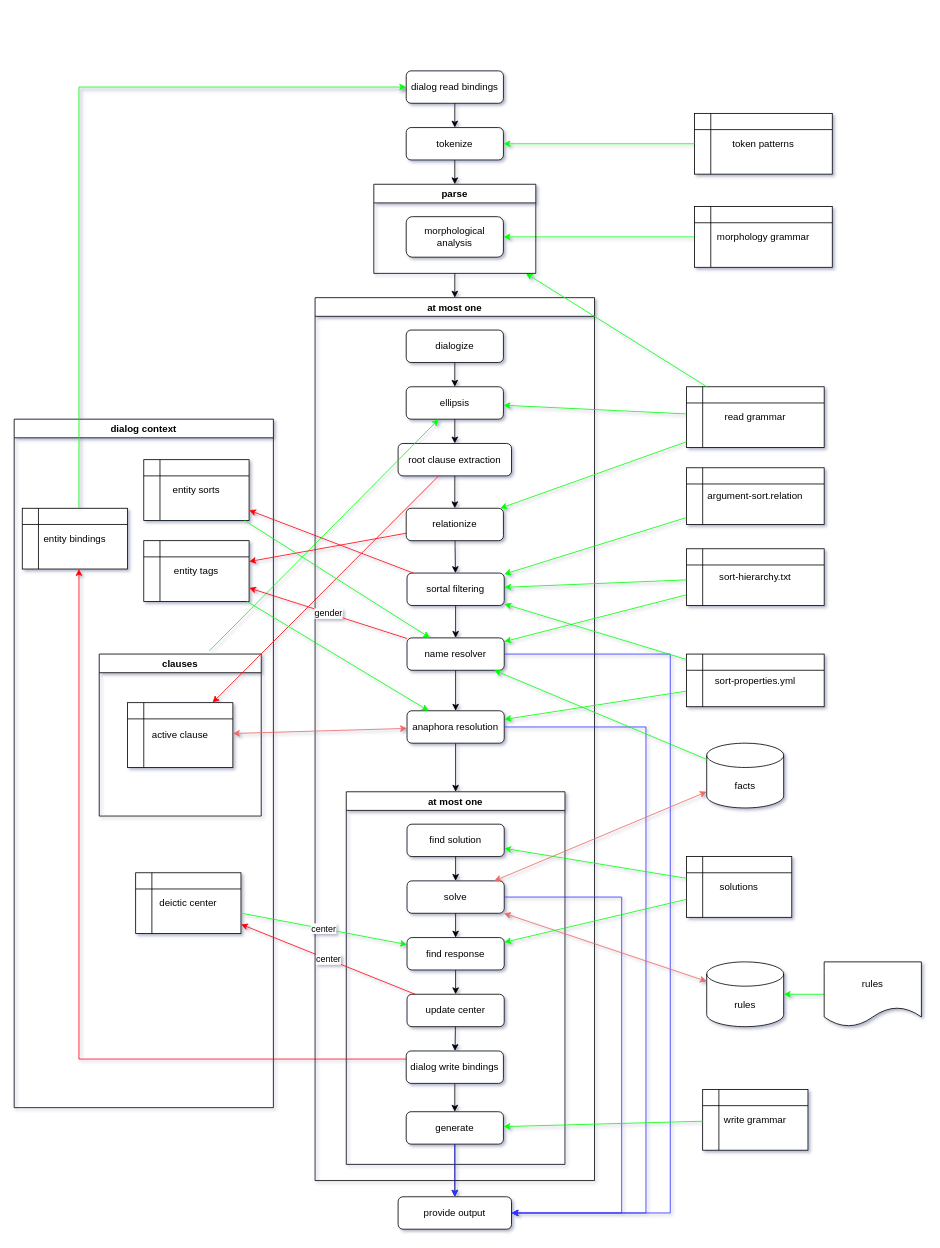
Before: doc/diagram/system1.drawio in garfix/nli-go, a draw.io diagram. Source tidied: cells renumbered, new cells numbered last; positions are measured from the earlier drawing's top-left corner, leaving out a move shared by most shapes. Both pictures are drawn from the tidied source at 81%, with x=0, y=0 at pixel (14, 70).
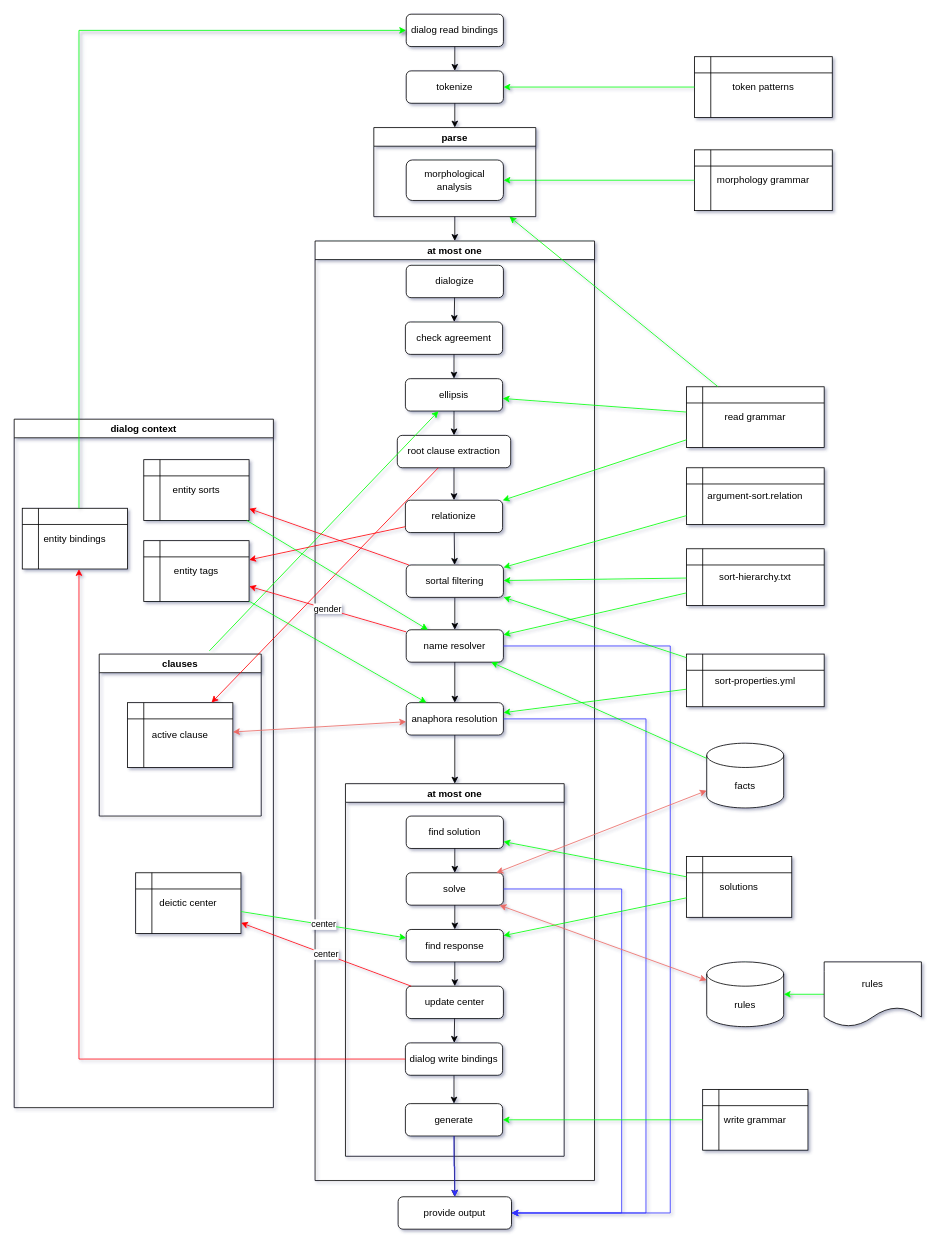
Above is the later version.

Commit message (it also covers changes not shown here):
added check agreement

The change refers to these unchanged cells:
```xml
<mxCell id="44" value="entity bindings" style="shape=internalStorage;whiteSpace=wrap;html=1;backgroundOutline=1;" parent="43" vertex="1">
  <mxGeometry x="10" y="110" width="130" height="75" as="geometry" />
</mxCell>
```

The edit, as a diff of the source:
```diff
@@
     <mxCell id="2" value="tokenize" style="rounded=1;whiteSpace=wrap;html=1;fontSize=12;glass=0;strokeWidth=1;shadow=0;" parent="1" vertex="1">
-      <mxGeometry x="484" y="70" width="120" height="40" as="geometry" />
+      <mxGeometry x="484" width="120" height="40" as="geometry" />
     </mxCell>
@@
     <mxCell id="4" value="at most one" style="swimlane;" parent="1" vertex="1">
-      <mxGeometry x="371.5" y="280" width="345" height="1090" as="geometry" />
+      <mxGeometry x="371.5" y="210" width="345" height="1160" as="geometry" />
     </mxCell>
-    <mxCell id="5" value="dialogize" style="rounded=1;whiteSpace=wrap;html=1;fontSize=12;glass=0;strokeWidth=1;shadow=0;" parent="4" vertex="1">
-      <mxGeometry x="112.5" y="40" width="120" height="40" as="geometry" />
+    <mxCell id="5" value="check agreement" style="rounded=1;whiteSpace=wrap;html=1;fontSize=12;glass=0;strokeWidth=1;shadow=0;" parent="4" vertex="1">
+      <mxGeometry x="111.5" y="100" width="120" height="40" as="geometry" />
     </mxCell>
     <mxCell id="6" value="ellipsis" style="rounded=1;whiteSpace=wrap;html=1;fontSize=12;glass=0;strokeWidth=1;shadow=0;" parent="4" vertex="1">
-      <mxGeometry x="112.5" y="110" width="120" height="40" as="geometry" />
+      <mxGeometry x="111.5" y="170" width="120" height="40" as="geometry" />
     </mxCell>
     <mxCell id="7" value="root clause extraction" style="rounded=1;whiteSpace=wrap;html=1;fontSize=12;glass=0;strokeWidth=1;shadow=0;" parent="4" vertex="1">
-      <mxGeometry x="102.5" y="180" width="140" height="40" as="geometry" />
+      <mxGeometry x="101.5" y="240" width="140" height="40" as="geometry" />
     </mxCell>
@@
     <mxCell id="10" value="at most one" style="swimlane;" parent="4" vertex="1">
-      <mxGeometry x="38.5" y="610" width="270" height="460" as="geometry" />
+      <mxGeometry x="37.5" y="670" width="270" height="460" as="geometry" />
     </mxCell>
@@
     <mxCell id="23" value="anaphora resolution" style="rounded=1;whiteSpace=wrap;html=1;" parent="4" vertex="1">
-      <mxGeometry x="113.5" y="510" width="120" height="40" as="geometry" />
+      <mxGeometry x="112.5" y="570" width="120" height="40" as="geometry" />
     </mxCell>
     <mxCell id="24" value="relationize" style="rounded=1;whiteSpace=wrap;html=1;" parent="4" vertex="1">
-      <mxGeometry x="112.5" y="260" width="120" height="40" as="geometry" />
+      <mxGeometry x="111.5" y="320" width="120" height="40" as="geometry" />
     </mxCell>
@@
     <mxCell id="26" value="name resolver" style="rounded=1;whiteSpace=wrap;html=1;" parent="4" vertex="1">
-      <mxGeometry x="113.5" y="420" width="120" height="40" as="geometry" />
+      <mxGeometry x="112.5" y="480" width="120" height="40" as="geometry" />
     </mxCell>
@@
     <mxCell id="29" value="sortal filtering" style="rounded=1;whiteSpace=wrap;html=1;" parent="4" vertex="1">
-      <mxGeometry x="113.5" y="340" width="120" height="40" as="geometry" />
+      <mxGeometry x="112.5" y="400" width="120" height="40" as="geometry" />
     </mxCell>
@@
+    <mxCell id="89" value="dialogize" style="rounded=1;whiteSpace=wrap;html=1;fontSize=12;glass=0;strokeWidth=1;shadow=0;" parent="4" vertex="1">
+      <mxGeometry x="112.5" y="30" width="120" height="40" as="geometry" />
+    </mxCell>
+    <mxCell id="90" style="endArrow=classic;html=1;rounded=0;" parent="4" edge="1" source="89" target="5">
+      <mxGeometry relative="1" as="geometry" />
+    </mxCell>
-    <mxCell id="31" style="endArrow=classic;html=1;rounded=0;" parent="1" edge="1" source="72" target="4">
-      <mxGeometry relative="1" as="geometry" />
+    <mxCell id="31" style="endArrow=classic;html=1;rounded=0;" parent="1" edge="1" source="72">
+      <mxGeometry relative="1" as="geometry">
+        <mxPoint x="544" y="210" as="targetPoint" />
+      </mxGeometry>
     </mxCell>
@@
     <mxCell id="56" value="token patterns" style="shape=internalStorage;whiteSpace=wrap;html=1;backgroundOutline=1;" parent="1" vertex="1">
-      <mxGeometry x="840" y="52.5" width="170" height="75" as="geometry" />
+      <mxGeometry x="840" y="-17.5" width="170" height="75" as="geometry" />
     </mxCell>
@@
     <mxCell id="67" value="morphology grammar" style="shape=internalStorage;whiteSpace=wrap;html=1;backgroundOutline=1;" parent="1" vertex="1">
-      <mxGeometry x="840" y="167.5" width="170" height="75" as="geometry" />
+      <mxGeometry x="840" y="97.5" width="170" height="75" as="geometry" />
     </mxCell>
@@
     <mxCell id="70" value="dialog read bindings" style="rounded=1;whiteSpace=wrap;html=1;fontSize=12;glass=0;strokeWidth=1;shadow=0;" parent="1" vertex="1">
-      <mxGeometry x="484" width="120" height="40" as="geometry" />
+      <mxGeometry x="484" y="-70" width="120" height="40" as="geometry" />
     </mxCell>
@@
     <mxCell id="72" value="parse" style="swimlane;" parent="1" vertex="1">
-      <mxGeometry x="444" y="140" width="200" height="110" as="geometry" />
+      <mxGeometry x="444" y="70" width="200" height="110" as="geometry" />
     </mxCell>
@@
     <mxCell id="74" style="edgeStyle=segmentEdgeStyle;endArrow=classic;html=1;rounded=0;shadow=1;strokeColor=#00FF00;" parent="1" edge="1" source="44" target="70">
       <mxGeometry relative="1" as="geometry">
         <Array as="points">
-          <mxPoint x="80" y="20" />
+          <mxPoint x="80" y="-50" />
         </Array>
       </mxGeometry>
     </mxCell>
```
